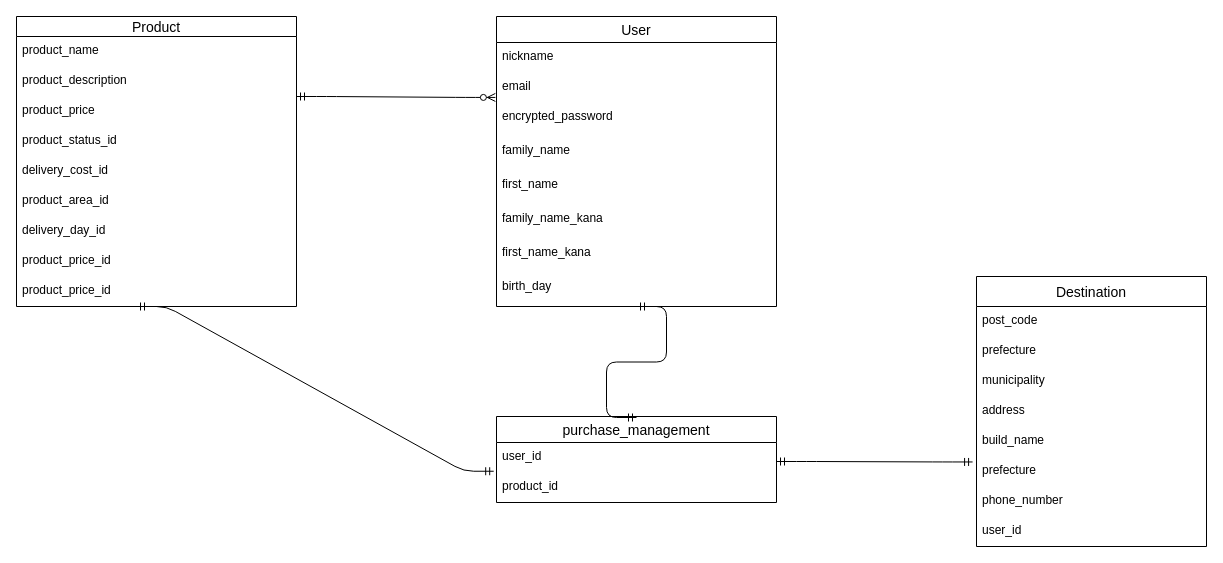
Above: ER.dio in sho20210126/furima-32851 (draw.io), before the change. Source tidied: cells renumbered, new cells numbered last; positions are measured from the earlier drawing's top-left corner, leaving out a move shared by most shapes. Both pictures are drawn from the tidied source at 100%, with x=0, y=0 at pixel (16, 16).
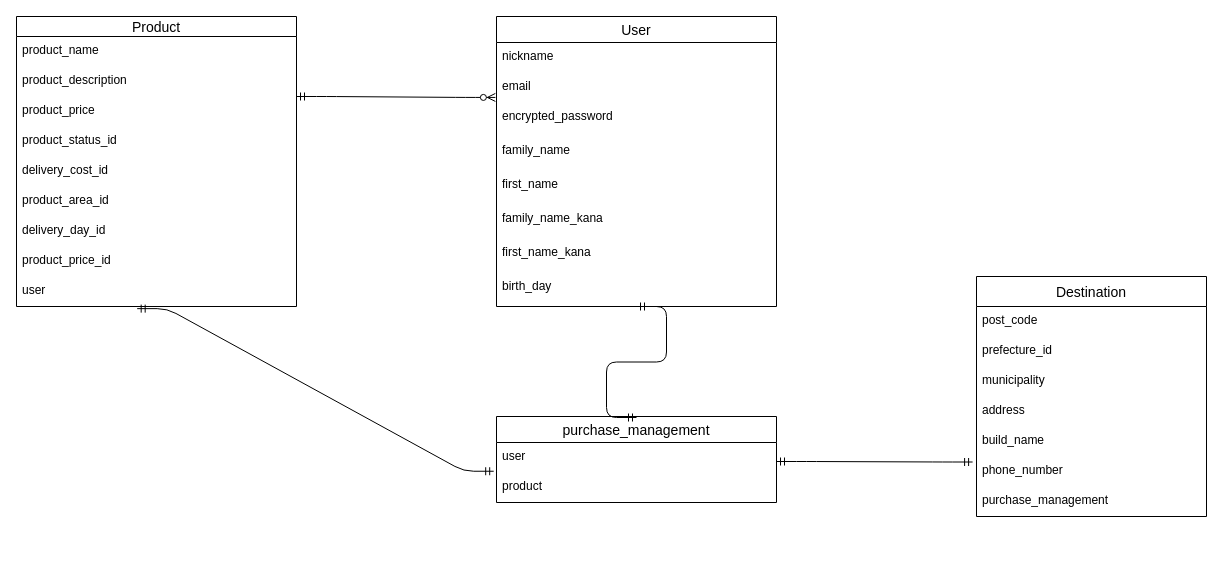
Above is the later version.

The change refers to these unchanged cells:
```xml
<mxCell id="20" value="Product" style="swimlane;fontStyle=0;horizontal=1;startSize=20;align=center;fontSize=14;" parent="1" vertex="1">
  <mxGeometry width="280" height="290" as="geometry" />
</mxCell>
<mxCell id="30" value="purchase_management" style="swimlane;fontStyle=0;horizontal=1;startSize=26;align=center;fontSize=14;" parent="1" vertex="1">
  <mxGeometry x="480" y="400" width="280" height="86" as="geometry" />
</mxCell>
```

What changed in the source:
```diff
@@
     <mxCell id="11" value="Destination" style="swimlane;fontStyle=0;horizontal=1;startSize=30;align=center;fontSize=14;" parent="1" vertex="1">
-      <mxGeometry x="960" y="260" width="230" height="270" as="geometry" />
+      <mxGeometry x="960" y="260" width="230" height="240" as="geometry" />
     </mxCell>
@@
-    <mxCell id="13" value="prefecture" style="text;strokeColor=none;fillColor=none;spacingLeft=4;spacingRight=4;overflow=hidden;fontSize=12;" parent="11" vertex="1">
+    <mxCell id="13" value="prefecture_id" style="text;strokeColor=none;fillColor=none;spacingLeft=4;spacingRight=4;overflow=hidden;fontSize=12;" parent="11" vertex="1">
       <mxGeometry y="60" width="230" height="30" as="geometry" />
     </mxCell>
@@
-    <mxCell id="17" value="prefecture" style="text;strokeColor=none;fillColor=none;spacingLeft=4;spacingRight=4;overflow=hidden;points=[[0,0.5],[1,0.5]];portConstraint=eastwest;fontSize=12;" parent="11" vertex="1">
-      <mxGeometry y="180" width="230" height="30" as="geometry" />
-    </mxCell>
     <mxCell id="18" value="phone_number" style="text;strokeColor=none;fillColor=none;spacingLeft=4;spacingRight=4;overflow=hidden;fontSize=12;" parent="11" vertex="1">
-      <mxGeometry y="210" width="230" height="30" as="geometry" />
+      <mxGeometry y="180" width="230" height="30" as="geometry" />
     </mxCell>
-    <mxCell id="19" value="user_id" style="text;strokeColor=none;fillColor=none;spacingLeft=4;spacingRight=4;overflow=hidden;fontSize=12;" parent="11" vertex="1">
-      <mxGeometry y="240" width="230" height="30" as="geometry" />
+    <mxCell id="19" value="purchase_management" style="text;strokeColor=none;fillColor=none;spacingLeft=4;spacingRight=4;overflow=hidden;fontSize=12;" parent="11" vertex="1">
+      <mxGeometry y="210" width="230" height="30" as="geometry" />
     </mxCell>
@@
-    <mxCell id="29" value="product_price_id" style="text;strokeColor=none;fillColor=none;spacingLeft=4;spacingRight=4;overflow=hidden;fontSize=12;" parent="20" vertex="1">
-      <mxGeometry y="260" width="280" height="30" as="geometry" />
-    </mxCell>
+    <mxCell id="37" value="user" style="text;strokeColor=none;fillColor=none;spacingLeft=4;spacingRight=4;overflow=hidden;points=[[0,0.5],[1,0.5]];portConstraint=eastwest;fontSize=12;" parent="20" vertex="1">
+      <mxGeometry y="260" width="280" height="30" as="geometry" />
+    </mxCell>
@@
-    <mxCell id="31" value="user_id" style="text;strokeColor=none;fillColor=none;spacingLeft=4;spacingRight=4;overflow=hidden;fontSize=12;" parent="30" vertex="1">
+    <mxCell id="31" value="user" style="text;strokeColor=none;fillColor=none;spacingLeft=4;spacingRight=4;overflow=hidden;fontSize=12;" parent="30" vertex="1">
       <mxGeometry y="26" width="280" height="30" as="geometry" />
     </mxCell>
-    <mxCell id="32" value="product_id" style="text;strokeColor=none;fillColor=none;spacingLeft=4;spacingRight=4;overflow=hidden;points=[[0,0.5],[1,0.5]];portConstraint=eastwest;fontSize=12;" parent="30" vertex="1">
+    <mxCell id="32" value="product" style="text;strokeColor=none;fillColor=none;spacingLeft=4;spacingRight=4;overflow=hidden;points=[[0,0.5],[1,0.5]];portConstraint=eastwest;fontSize=12;" parent="30" vertex="1">
       <mxGeometry y="56" width="280" height="30" as="geometry" />
     </mxCell>
@@
-    <mxCell id="34" style="edgeStyle=entityRelationEdgeStyle;fontSize=12;html=1;endArrow=ERmandOne;startArrow=ERmandOne;entryX=-0.01;entryY=-0.042;entryDx=0;entryDy=0;entryPerimeter=0;" parent="1" edge="1" target="32">
-      <mxGeometry relative="1" as="geometry">
-        <mxPoint x="120" y="290" as="sourcePoint" />
-      </mxGeometry>
+    <mxCell id="34" style="edgeStyle=entityRelationEdgeStyle;fontSize=12;html=1;endArrow=ERmandOne;startArrow=ERmandOne;entryX=-0.01;entryY=-0.042;entryDx=0;entryDy=0;entryPerimeter=0;exitX=0.431;exitY=1.071;exitDx=0;exitDy=0;exitPerimeter=0;" parent="1" edge="1" source="37" target="32">
+      <mxGeometry relative="1" as="geometry" />
     </mxCell>
@@
-    <mxCell id="36" style="edgeStyle=entityRelationEdgeStyle;fontSize=12;html=1;endArrow=ERmandOne;startArrow=ERmandOne;entryX=-0.017;entryY=0.182;entryDx=0;entryDy=0;entryPerimeter=0;" parent="1" edge="1" target="17">
+    <mxCell id="36" style="edgeStyle=entityRelationEdgeStyle;fontSize=12;html=1;endArrow=ERmandOne;startArrow=ERmandOne;entryX=-0.017;entryY=0.182;entryDx=0;entryDy=0;entryPerimeter=0;" parent="1" edge="1">
       <mxGeometry relative="1" as="geometry">
         <mxPoint x="760" y="445" as="sourcePoint" />
+        <mxPoint x="956.1" y="445.5" as="targetPoint" />
       </mxGeometry>
     </mxCell>
```
